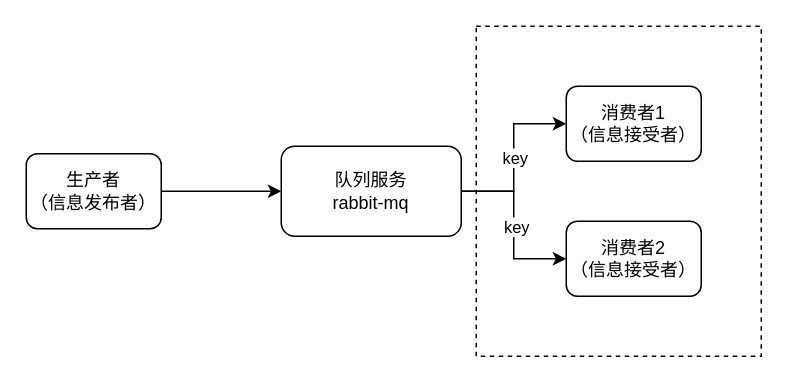
gongyao1992/draw keeps this draw.io diagram as 消息队列.drawio. Above is the earlier version. Source tidied: cells renumbered, new cells numbered last; positions are measured from the earlier drawing's top-left corner, leaving out a move shared by most shapes. Both pictures are drawn from the tidied source at 150%, with x=0, y=0 at pixel (26, 26).
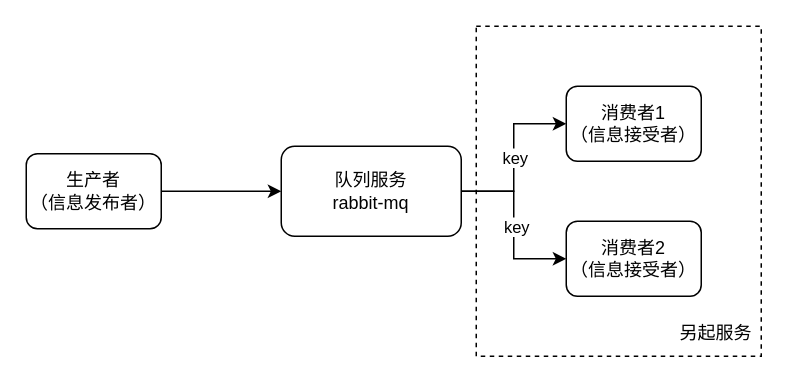
After the change.

Commit message (it also covers changes not shown here):
更新消息队列.drawio

Change to the diagram source:
```diff
@@
 <mxGraphModel>
   <root>
     <mxCell id="0" />
     <mxCell id="1" parent="0" />
     <mxCell id="2" style="rounded=0;whiteSpace=wrap;html=1;dashed=1;" parent="1" vertex="1">
       <mxGeometry x="300" width="190" height="220" as="geometry" />
     </mxCell>
     <mxCell id="3" style="edgeStyle=orthogonalEdgeStyle;rounded=0;jettySize=auto;html=1;exitX=1;exitY=0.5;exitDx=0;exitDy=0;entryX=0;entryY=0.5;entryDx=0;entryDy=0;" parent="1" edge="1" source="4" target="9">
       <mxGeometry relative="1" as="geometry" />
     </mxCell>
     <mxCell id="4" value="生产者&lt;br&gt;（信息发布者）" style="rounded=1;whiteSpace=wrap;html=1;" parent="1" vertex="1">
       <mxGeometry y="85" width="90" height="50" as="geometry" />
     </mxCell>
     <mxCell id="5" style="edgeStyle=orthogonalEdgeStyle;rounded=0;jettySize=auto;html=1;exitX=1;exitY=0.5;exitDx=0;exitDy=0;entryX=0;entryY=0.5;entryDx=0;entryDy=0;" parent="1" edge="1" source="9" target="10">
       <mxGeometry relative="1" as="geometry" />
     </mxCell>
     <mxCell id="6" value="key" style="edgeLabel;html=1;align=center;verticalAlign=middle;" parent="5" vertex="1">
       <mxGeometry x="0.01" relative="1" as="geometry" />
     </mxCell>
     <mxCell id="7" style="edgeStyle=orthogonalEdgeStyle;rounded=0;jettySize=auto;html=1;exitX=1;exitY=0.5;exitDx=0;exitDy=0;entryX=0;entryY=0.5;entryDx=0;entryDy=0;" parent="1" edge="1" source="9" target="11">
       <mxGeometry relative="1" as="geometry" />
     </mxCell>
     <mxCell id="8" value="key" style="edgeLabel;html=1;align=center;verticalAlign=middle;" parent="7" vertex="1">
       <mxGeometry x="0.01" y="1" relative="1" as="geometry" />
     </mxCell>
     <mxCell id="9" value="队列服务&lt;br&gt;rabbit-mq" style="rounded=1;whiteSpace=wrap;html=1;" parent="1" vertex="1">
       <mxGeometry x="170" y="80" width="120" height="60" as="geometry" />
     </mxCell>
     <mxCell id="10" value="消费者1&lt;br&gt;（信息接受者）" style="rounded=1;whiteSpace=wrap;html=1;" parent="1" vertex="1">
       <mxGeometry x="360" y="40" width="90" height="50" as="geometry" />
     </mxCell>
     <mxCell id="11" value="消费者2&lt;br&gt;（信息接受者）" style="rounded=1;whiteSpace=wrap;html=1;" parent="1" vertex="1">
       <mxGeometry x="360" y="130" width="90" height="50" as="geometry" />
     </mxCell>
+    <mxCell id="12" value="另起服务" style="text;html=1;strokeColor=none;fillColor=none;align=center;verticalAlign=middle;whiteSpace=wrap;rounded=0;dashed=1;" parent="1" vertex="1">
+      <mxGeometry x="430" y="195" width="60" height="20" as="geometry" />
+    </mxCell>
   </root>
 </mxGraphModel>
```
